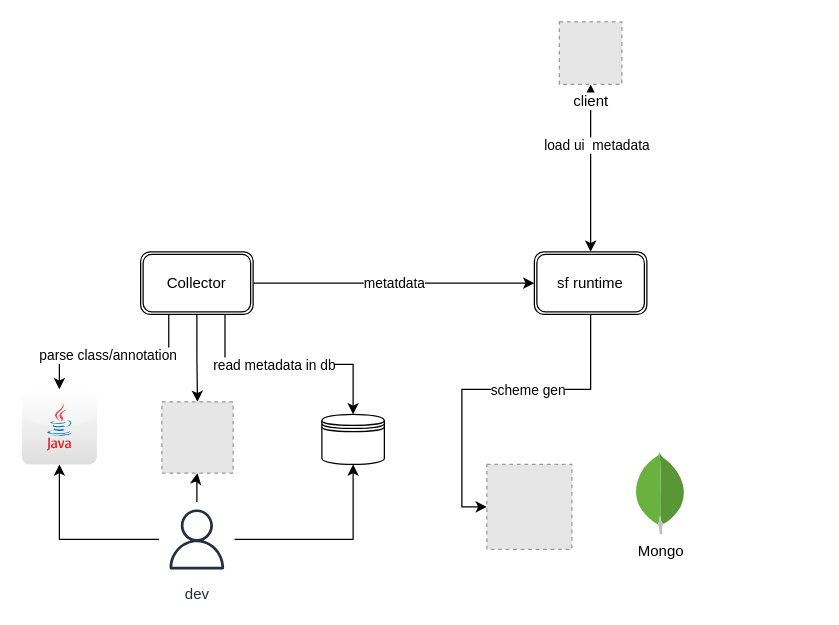
Above: Untitled Diagram.drawio in songxiangming/RefactoringMs (draw.io), before the change. Source tidied: cells renumbered, new cells numbered last; positions are measured from the earlier drawing's top-left corner, leaving out a move shared by most shapes. Both pictures are drawn from the tidied source at 125%, with x=0, y=0 at pixel (21, 21). Pictures stored in the file or linked from it are replaced by grey dashed boxes.
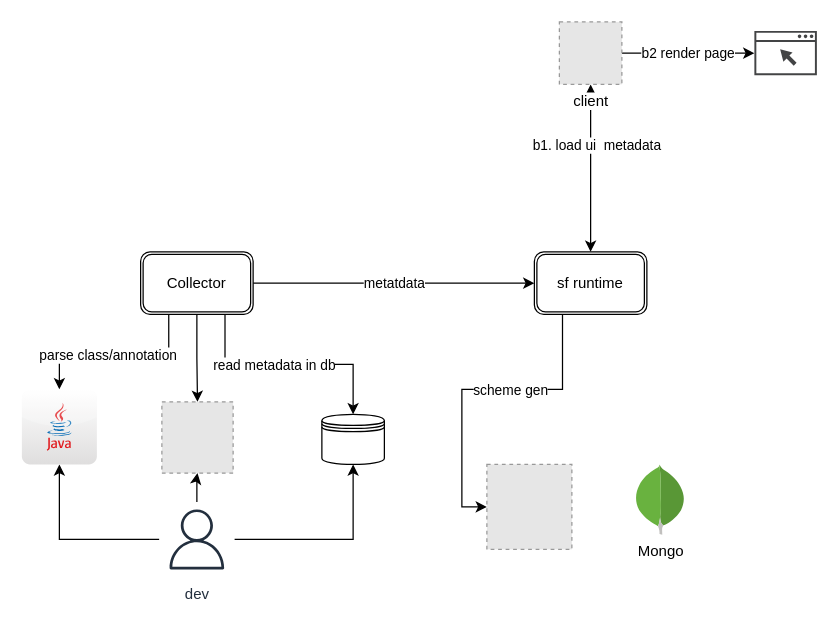
Above is the later version.

Unchanged cells that the change refers to:
```xml
<mxCell id="18" value="sf runtime" style="shape=ext;double=1;rounded=1;whiteSpace=wrap;html=1;" parent="1" vertex="1">
  <mxGeometry x="410" y="184" width="90" height="50" as="geometry" />
</mxCell>
<mxCell id="19" style="fillColor=#E6E6E6;strokeColor=#999999;dashed=1;html=1;verticalAlign=top;verticalLabelPosition=bottom;labelBackgroundColor=#ffffff;" parent="1" vertex="1">
  <mxGeometry x="372" y="354" width="68" height="68" as="geometry" />
</mxCell>
<mxCell id="21" style="edgeStyle=orthogonalEdgeStyle;rounded=0;jettySize=auto;html=1;entryX=0.5;entryY=0;entryDx=0;entryDy=0;startArrow=classic;startFill=1;" parent="1" edge="1" source="23" target="18">
  <mxGeometry relative="1" as="geometry" />
</mxCell>
<mxCell id="23" value="client" style="fillColor=#E6E6E6;strokeColor=#999999;dashed=1;html=1;verticalAlign=top;verticalLabelPosition=bottom;labelBackgroundColor=#ffffff;" parent="1" vertex="1">
  <mxGeometry x="430" width="50" height="50" as="geometry" />
</mxCell>
```

Change to the diagram source:
```diff
@@
-    <mxCell id="16" style="edgeStyle=orthogonalEdgeStyle;rounded=0;jettySize=auto;html=1;exitX=0.5;exitY=1;exitDx=0;exitDy=0;entryX=0;entryY=0.5;entryDx=0;entryDy=0;" parent="1" edge="1" source="18" target="19">
+    <mxCell id="16" style="edgeStyle=orthogonalEdgeStyle;rounded=0;jettySize=auto;html=1;exitX=0.25;exitY=1;exitDx=0;exitDy=0;entryX=0;entryY=0.5;entryDx=0;entryDy=0;" parent="1" edge="1" source="18" target="19">
       <mxGeometry relative="1" as="geometry" />
     </mxCell>
@@
     <mxCell id="20" value="Mongo" style="dashed=0;html=1;align=center;labelPosition=center;verticalLabelPosition=bottom;verticalAlign=top;shape=mxgraph.weblogos.mongodb;" parent="1" vertex="1">
-      <mxGeometry x="490" y="344" width="41.2" height="66.2" as="geometry" />
+      <mxGeometry x="490" y="354" width="41.2" height="56.2" as="geometry" />
     </mxCell>
@@
-    <mxCell id="22" value="load ui&amp;nbsp; metadata" style="edgeLabel;html=1;align=center;verticalAlign=middle;" parent="21" vertex="1">
+    <mxCell id="22" value="b1. load ui&amp;nbsp; metadata" style="edgeLabel;html=1;align=center;verticalAlign=middle;" parent="21" vertex="1">
       <mxGeometry x="-0.29" y="4" relative="1" as="geometry" />
     </mxCell>
+    <mxCell id="24" value="b2 render page" style="edgeStyle=orthogonalEdgeStyle;rounded=0;jettySize=auto;html=1;startArrow=none;startFill=0;" parent="1" edge="1" source="23" target="25">
+      <mxGeometry relative="1" as="geometry" />
+    </mxCell>
@@
+    <mxCell id="25" style="shadow=0;dashed=0;html=1;strokeColor=none;fillColor=#434445;labelPosition=center;verticalLabelPosition=bottom;verticalAlign=top;align=center;outlineConnect=0;shape=mxgraph.vvd.web_browser;" parent="1" vertex="1">
+      <mxGeometry x="586" y="7.2" width="50" height="35.5" as="geometry" />
+    </mxCell>
```
